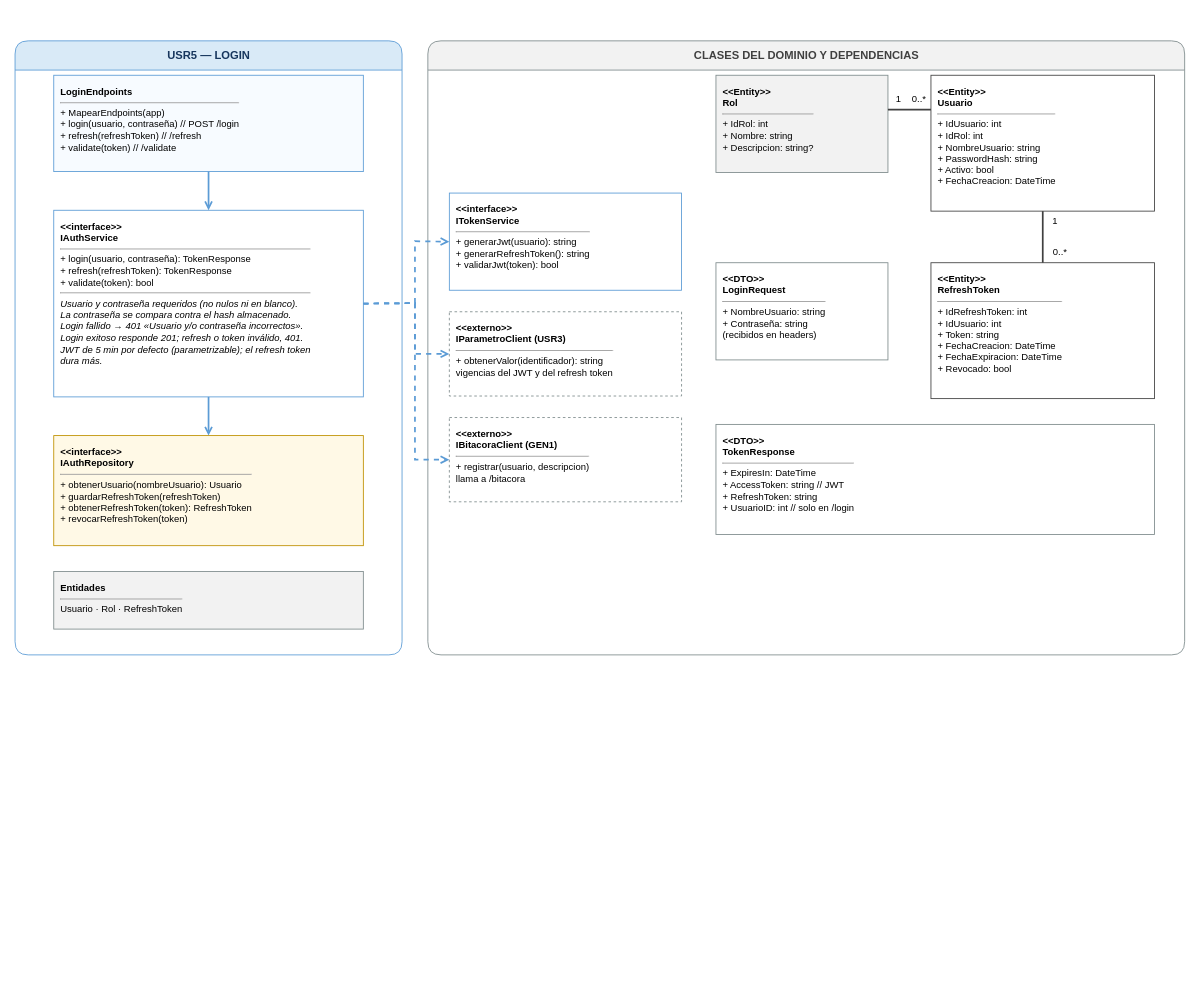
Above: Documentacion/Diagramas Generales/Clases/Microservicios/DiagramaClases_Login.drawio in AskingManCode/MetaU (draw.io), before the change. Source tidied: cells renumbered, new cells numbered last; positions are measured from the earlier drawing's top-left corner, leaving out a move shared by most shapes. Both pictures are drawn from the tidied source at 86%, with x=0, y=0 at pixel (15, 40).
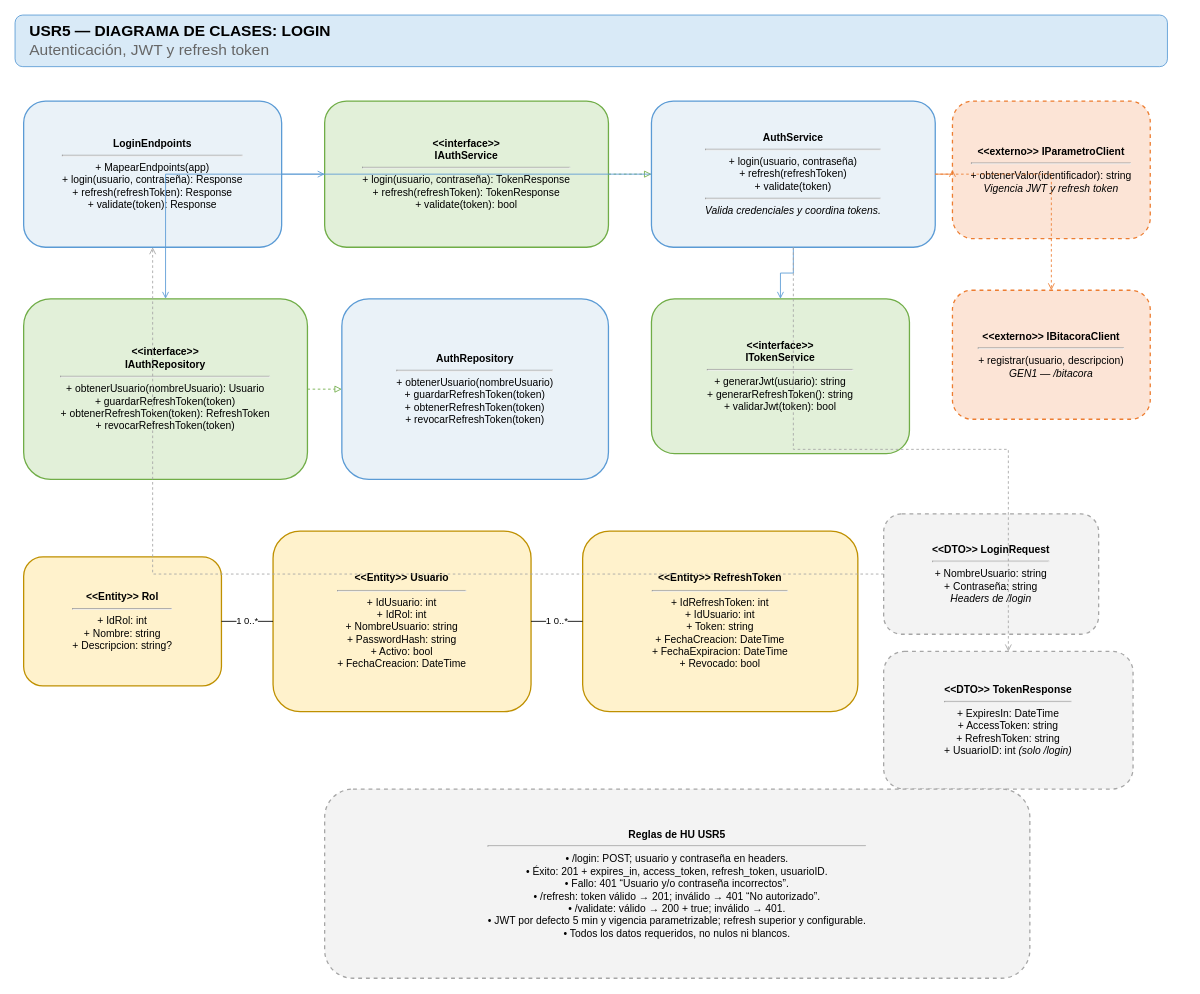
Above is the later version.

Diff of the diagram source:
```diff
@@
-    <mxCell id="2" value="USR5 — LOGIN" style="swimlane;html=1;startSize=34;horizontal=1;rounded=1;fillColor=#D9EAF7;swimlaneFillColor=#FFFFFF;strokeColor=#5B9BD5;fontColor=#17365D;fontStyle=1;fontSize=13;" parent="1" vertex="1">
-      <mxGeometry width="450" height="714" as="geometry" />
-    </mxCell>
-    <mxCell id="3" value="CLASES DEL DOMINIO Y DEPENDENCIAS" style="swimlane;html=1;startSize=34;horizontal=1;rounded=1;fillColor=#F2F2F2;swimlaneFillColor=#FFFFFF;strokeColor=#7F8C8D;fontColor=#404040;fontStyle=1;fontSize=13;" parent="1" vertex="1">
-      <mxGeometry x="480" width="880" height="714" as="geometry" />
-    </mxCell>
-    <mxCell id="4" value="&lt;b&gt;LoginEndpoints&lt;/b&gt;&lt;hr size=&quot;1&quot;&gt;+ MapearEndpoints(app)&lt;br&gt;+ login(usuario, contraseña)   // POST /login&lt;br&gt;+ refresh(refreshToken)   // /refresh&lt;br&gt;+ validate(token)   // /validate" style="rounded=0;whiteSpace=nowrap;html=1;align=left;verticalAlign=top;spacing=8;fillColor=#F7FBFF;strokeColor=#5B9BD5;fontSize=11;" parent="1" vertex="1">
-      <mxGeometry x="45" y="40" width="360" height="112" as="geometry" />
-    </mxCell>
-    <mxCell id="5" value="&lt;b&gt;&amp;lt;&amp;lt;interface&amp;gt;&amp;gt;&lt;br&gt;IAuthService&lt;/b&gt;&lt;hr size=&quot;1&quot;&gt;+ login(usuario, contraseña): TokenResponse&lt;br&gt;+ refresh(refreshToken): TokenResponse&lt;br&gt;+ validate(token): bool&lt;hr size=&quot;1&quot;&gt;&lt;i&gt;Usuario y contraseña requeridos (no nulos ni en blanco).&lt;br&gt;La contraseña se compara contra el hash almacenado.&lt;br&gt;Login fallido → 401 «Usuario y/o contraseña incorrectos».&lt;br&gt;Login exitoso responde 201; refresh o token inválido, 401.&lt;br&gt;JWT de 5 min por defecto (parametrizable); el refresh token&lt;br&gt;dura más.&lt;/i&gt;" style="rounded=0;whiteSpace=nowrap;html=1;align=left;verticalAlign=top;spacing=8;fillColor=#FFFFFF;strokeColor=#5B9BD5;fontSize=11;" parent="1" vertex="1">
-      <mxGeometry x="45" y="197" width="360" height="217" as="geometry" />
-    </mxCell>
-    <mxCell id="6" value="&lt;b&gt;&amp;lt;&amp;lt;interface&amp;gt;&amp;gt;&lt;br&gt;IAuthRepository&lt;/b&gt;&lt;hr size=&quot;1&quot;&gt;+ obtenerUsuario(nombreUsuario): Usuario&lt;br&gt;+ guardarRefreshToken(refreshToken)&lt;br&gt;+ obtenerRefreshToken(token): RefreshToken&lt;br&gt;+ revocarRefreshToken(token)" style="rounded=0;whiteSpace=nowrap;html=1;align=left;verticalAlign=top;spacing=8;fillColor=#FFF9E6;strokeColor=#BF9000;fontSize=11;" parent="1" vertex="1">
-      <mxGeometry x="45" y="459" width="360" height="128" as="geometry" />
-    </mxCell>
-    <mxCell id="7" value="&lt;b&gt;Entidades&lt;/b&gt;&lt;hr size=&quot;1&quot;&gt;Usuario · Rol · RefreshToken" style="rounded=0;whiteSpace=nowrap;html=1;align=left;verticalAlign=top;spacing=8;fillColor=#F2F2F2;strokeColor=#7F8C8D;fontSize=11;" parent="1" vertex="1">
-      <mxGeometry x="45" y="617" width="360" height="67" as="geometry" />
-    </mxCell>
+    <mxCell id="27" value="&lt;b&gt;USR5 — DIAGRAMA DE CLASES: LOGIN&lt;/b&gt;&lt;br&gt;&lt;font color=&quot;#666666&quot;&gt;Autenticación, JWT y refresh token&lt;/font&gt;" style="rounded=1;whiteSpace=wrap;html=1;fillColor=#D9EAF7;strokeColor=#5B9BD5;fontSize=18;align=left;spacingLeft=15;" parent="1" vertex="1">
+      <mxGeometry y="-30" width="1340" height="60" as="geometry" />
+    </mxCell>
+    <mxCell id="28" value="&lt;b&gt;LoginEndpoints&lt;/b&gt;&lt;hr&gt;+ MapearEndpoints(app)&lt;br&gt;+ login(usuario, contraseña): Response&lt;br&gt;+ refresh(refreshToken): Response&lt;br&gt;+ validate(token): Response" style="rounded=1;whiteSpace=wrap;html=1;strokeWidth=1.5;fillColor=#EAF2F8;strokeColor=#5B9BD5;" parent="1" vertex="1">
+      <mxGeometry x="10" y="70" width="300" height="170" as="geometry" />
+    </mxCell>
+    <mxCell id="29" value="&lt;b&gt;&amp;lt;&amp;lt;interface&amp;gt;&amp;gt;&lt;br&gt;IAuthService&lt;/b&gt;&lt;hr&gt;+ login(usuario, contraseña): TokenResponse&lt;br&gt;+ refresh(refreshToken): TokenResponse&lt;br&gt;+ validate(token): bool" style="rounded=1;whiteSpace=wrap;html=1;strokeWidth=1.5;fillColor=#E2F0D9;strokeColor=#70AD47;" parent="1" vertex="1">
+      <mxGeometry x="360" y="70" width="330" height="170" as="geometry" />
+    </mxCell>
+    <mxCell id="30" value="&lt;b&gt;AuthService&lt;/b&gt;&lt;hr&gt;+ login(usuario, contraseña)&lt;br&gt;+ refresh(refreshToken)&lt;br&gt;+ validate(token)&lt;hr&gt;&lt;i&gt;Valida credenciales y coordina tokens.&lt;/i&gt;" style="rounded=1;whiteSpace=wrap;html=1;strokeWidth=1.5;fillColor=#EAF2F8;strokeColor=#5B9BD5;" parent="1" vertex="1">
+      <mxGeometry x="740" y="70" width="330" height="170" as="geometry" />
+    </mxCell>
+    <mxCell id="31" value="&lt;b&gt;&amp;lt;&amp;lt;interface&amp;gt;&amp;gt;&lt;br&gt;IAuthRepository&lt;/b&gt;&lt;hr&gt;+ obtenerUsuario(nombreUsuario): Usuario&lt;br&gt;+ guardarRefreshToken(token)&lt;br&gt;+ obtenerRefreshToken(token): RefreshToken&lt;br&gt;+ revocarRefreshToken(token)" style="rounded=1;whiteSpace=wrap;html=1;strokeWidth=1.5;fillColor=#E2F0D9;strokeColor=#70AD47;" parent="1" vertex="1">
+      <mxGeometry x="10" y="300" width="330" height="210" as="geometry" />
+    </mxCell>
+    <mxCell id="32" value="&lt;b&gt;AuthRepository&lt;/b&gt;&lt;hr&gt;+ obtenerUsuario(nombreUsuario)&lt;br&gt;+ guardarRefreshToken(token)&lt;br&gt;+ obtenerRefreshToken(token)&lt;br&gt;+ revocarRefreshToken(token)" style="rounded=1;whiteSpace=wrap;html=1;strokeWidth=1.5;fillColor=#EAF2F8;strokeColor=#5B9BD5;" parent="1" vertex="1">
+      <mxGeometry x="380" y="300" width="310" height="210" as="geometry" />
+    </mxCell>
-    <mxCell id="8" value="&lt;b&gt;&amp;lt;&amp;lt;interface&amp;gt;&amp;gt;&lt;br&gt;ITokenService&lt;/b&gt;&lt;hr size=&quot;1&quot;&gt;+ generarJwt(usuario): string&lt;br&gt;+ generarRefreshToken(): string&lt;br&gt;+ validarJwt(token): bool" style="rounded=0;whiteSpace=nowrap;html=1;align=left;verticalAlign=top;spacing=8;fillColor=#FFFFFF;strokeColor=#5B9BD5;fontSize=11;" parent="1" vertex="1">
-      <mxGeometry x="505" y="177" width="270" height="113" as="geometry" />
+    <mxCell id="8" value="&lt;b&gt;&amp;lt;&amp;lt;interface&amp;gt;&amp;gt;&lt;br&gt;ITokenService&lt;/b&gt;&lt;hr&gt;+ generarJwt(usuario): string&lt;br&gt;+ generarRefreshToken(): string&lt;br&gt;+ validarJwt(token): bool" style="rounded=1;whiteSpace=wrap;html=1;strokeWidth=1.5;fillColor=#E2F0D9;strokeColor=#70AD47;" parent="1" vertex="1">
+      <mxGeometry x="740" y="300" width="300" height="180" as="geometry" />
     </mxCell>
-    <mxCell id="9" value="&lt;b&gt;&amp;lt;&amp;lt;externo&amp;gt;&amp;gt;&lt;br&gt;IParametroClient (USR3)&lt;/b&gt;&lt;hr size=&quot;1&quot;&gt;+ obtenerValor(identificador): string&lt;br&gt;vigencias del JWT y del refresh token" style="rounded=0;whiteSpace=nowrap;html=1;align=left;verticalAlign=top;spacing=8;fillColor=#FFFFFF;strokeColor=#7F8C8D;fontSize=11;dashed=1;" parent="1" vertex="1">
-      <mxGeometry x="505" y="315" width="270" height="98" as="geometry" />
-    </mxCell>
-    <mxCell id="10" value="&lt;b&gt;&amp;lt;&amp;lt;externo&amp;gt;&amp;gt;&lt;br&gt;IBitacoraClient (GEN1)&lt;/b&gt;&lt;hr size=&quot;1&quot;&gt;+ registrar(usuario, descripcion)&lt;br&gt;llama a /bitacora" style="rounded=0;whiteSpace=nowrap;html=1;align=left;verticalAlign=top;spacing=8;fillColor=#FFFFFF;strokeColor=#7F8C8D;fontSize=11;dashed=1;" parent="1" vertex="1">
-      <mxGeometry x="505" y="438" width="270" height="98" as="geometry" />
-    </mxCell>
+    <mxCell id="33" value="&lt;b&gt;&amp;lt;&amp;lt;externo&amp;gt;&amp;gt; IParametroClient&lt;/b&gt;&lt;hr&gt;+ obtenerValor(identificador): string&lt;br&gt;&lt;i&gt;Vigencia JWT y refresh token&lt;/i&gt;" style="rounded=1;whiteSpace=wrap;html=1;strokeWidth=1.5;fillColor=#FCE4D6;strokeColor=#ED7D31;dashed=1;" parent="1" vertex="1">
+      <mxGeometry x="1090" y="70" width="230" height="160" as="geometry" />
+    </mxCell>
+    <mxCell id="34" value="&lt;b&gt;&amp;lt;&amp;lt;externo&amp;gt;&amp;gt; IBitacoraClient&lt;/b&gt;&lt;hr&gt;+ registrar(usuario, descripcion)&lt;br&gt;&lt;i&gt;GEN1 — /bitacora&lt;/i&gt;" style="rounded=1;whiteSpace=wrap;html=1;strokeWidth=1.5;fillColor=#FCE4D6;strokeColor=#ED7D31;dashed=1;" parent="1" vertex="1">
+      <mxGeometry x="1090" y="290" width="230" height="150" as="geometry" />
+    </mxCell>
-    <mxCell id="11" value="&lt;b&gt;&amp;lt;&amp;lt;Entity&amp;gt;&amp;gt;&lt;br&gt;Rol&lt;/b&gt;&lt;hr size=&quot;1&quot;&gt;+ IdRol: int&lt;br&gt;+ Nombre: string&lt;br&gt;+ Descripcion: string?" style="rounded=0;whiteSpace=nowrap;html=1;align=left;verticalAlign=top;spacing=8;fillColor=#F2F2F2;strokeColor=#7F8C8D;fontSize=11;" parent="1" vertex="1">
-      <mxGeometry x="815" y="40" width="200" height="113" as="geometry" />
+    <mxCell id="11" value="&lt;b&gt;&amp;lt;&amp;lt;Entity&amp;gt;&amp;gt; Rol&lt;/b&gt;&lt;hr&gt;+ IdRol: int&lt;br&gt;+ Nombre: string&lt;br&gt;+ Descripcion: string?" style="rounded=1;whiteSpace=wrap;html=1;strokeWidth=1.5;fillColor=#FFF2CC;strokeColor=#BF9000;" parent="1" vertex="1">
+      <mxGeometry x="10" y="600" width="230" height="150" as="geometry" />
     </mxCell>
-    <mxCell id="12" value="&lt;b&gt;&amp;lt;&amp;lt;Entity&amp;gt;&amp;gt;&lt;br&gt;Usuario&lt;/b&gt;&lt;hr size=&quot;1&quot;&gt;+ IdUsuario: int&lt;br&gt;+ IdRol: int&lt;br&gt;+ NombreUsuario: string&lt;br&gt;+ PasswordHash: string&lt;br&gt;+ Activo: bool&lt;br&gt;+ FechaCreacion: DateTime" style="rounded=0;whiteSpace=nowrap;html=1;align=left;verticalAlign=top;spacing=8;fillColor=#FFFFFF;strokeColor=#404040;fontSize=11;" parent="1" vertex="1">
-      <mxGeometry x="1065" y="40" width="260" height="158" as="geometry" />
+    <mxCell id="12" value="&lt;b&gt;&amp;lt;&amp;lt;Entity&amp;gt;&amp;gt; Usuario&lt;/b&gt;&lt;hr&gt;+ IdUsuario: int&lt;br&gt;+ IdRol: int&lt;br&gt;+ NombreUsuario: string&lt;br&gt;+ PasswordHash: string&lt;br&gt;+ Activo: bool&lt;br&gt;+ FechaCreacion: DateTime" style="rounded=1;whiteSpace=wrap;html=1;strokeWidth=1.5;fillColor=#FFF2CC;strokeColor=#BF9000;" parent="1" vertex="1">
+      <mxGeometry x="300" y="570" width="300" height="210" as="geometry" />
     </mxCell>
-    <mxCell id="13" value="&lt;b&gt;&amp;lt;&amp;lt;Entity&amp;gt;&amp;gt;&lt;br&gt;RefreshToken&lt;/b&gt;&lt;hr size=&quot;1&quot;&gt;+ IdRefreshToken: int&lt;br&gt;+ IdUsuario: int&lt;br&gt;+ Token: string&lt;br&gt;+ FechaCreacion: DateTime&lt;br&gt;+ FechaExpiracion: DateTime&lt;br&gt;+ Revocado: bool" style="rounded=0;whiteSpace=nowrap;html=1;align=left;verticalAlign=top;spacing=8;fillColor=#FFFFFF;strokeColor=#404040;fontSize=11;" parent="1" vertex="1">
-      <mxGeometry x="1065" y="258" width="260" height="158" as="geometry" />
+    <mxCell id="13" value="&lt;b&gt;&amp;lt;&amp;lt;Entity&amp;gt;&amp;gt; RefreshToken&lt;/b&gt;&lt;hr&gt;+ IdRefreshToken: int&lt;br&gt;+ IdUsuario: int&lt;br&gt;+ Token: string&lt;br&gt;+ FechaCreacion: DateTime&lt;br&gt;+ FechaExpiracion: DateTime&lt;br&gt;+ Revocado: bool" style="rounded=1;whiteSpace=wrap;html=1;strokeWidth=1.5;fillColor=#FFF2CC;strokeColor=#BF9000;" parent="1" vertex="1">
+      <mxGeometry x="660" y="570" width="320" height="210" as="geometry" />
     </mxCell>
-    <mxCell id="14" value="&lt;b&gt;&amp;lt;&amp;lt;DTO&amp;gt;&amp;gt;&lt;br&gt;LoginRequest&lt;/b&gt;&lt;hr size=&quot;1&quot;&gt;+ NombreUsuario: string&lt;br&gt;+ Contraseña: string&lt;br&gt;(recibidos en headers)" style="rounded=0;whiteSpace=nowrap;html=1;align=left;verticalAlign=top;spacing=8;fillColor=#FFFFFF;strokeColor=#7F8C8D;fontSize=11;" parent="1" vertex="1">
-      <mxGeometry x="815" y="258" width="200" height="113" as="geometry" />
-    </mxCell>
-    <mxCell id="15" value="&lt;b&gt;&amp;lt;&amp;lt;DTO&amp;gt;&amp;gt;&lt;br&gt;TokenResponse&lt;/b&gt;&lt;hr size=&quot;1&quot;&gt;+ ExpiresIn: DateTime&lt;br&gt;+ AccessToken: string   // JWT&lt;br&gt;+ RefreshToken: string&lt;br&gt;+ UsuarioID: int   // solo en /login" style="rounded=0;whiteSpace=nowrap;html=1;align=left;verticalAlign=top;spacing=8;fillColor=#FFFFFF;strokeColor=#7F8C8D;fontSize=11;" parent="1" vertex="1">
-      <mxGeometry x="815" y="446" width="510" height="128" as="geometry" />
-    </mxCell>
+    <mxCell id="35" value="&lt;b&gt;&amp;lt;&amp;lt;DTO&amp;gt;&amp;gt; LoginRequest&lt;/b&gt;&lt;hr&gt;+ NombreUsuario: string&lt;br&gt;+ Contraseña: string&lt;br&gt;&lt;i&gt;Headers de /login&lt;/i&gt;" style="rounded=1;whiteSpace=wrap;html=1;strokeWidth=1.5;fillColor=#F3F3F3;strokeColor=#A6A6A6;dashed=1;" parent="1" vertex="1">
+      <mxGeometry x="1010" y="550" width="250" height="140" as="geometry" />
+    </mxCell>
+    <mxCell id="36" value="&lt;b&gt;&amp;lt;&amp;lt;DTO&amp;gt;&amp;gt; TokenResponse&lt;/b&gt;&lt;hr&gt;+ ExpiresIn: DateTime&lt;br&gt;+ AccessToken: string&lt;br&gt;+ RefreshToken: string&lt;br&gt;+ UsuarioID: int &lt;i&gt;(solo /login)&lt;/i&gt;" style="rounded=1;whiteSpace=wrap;html=1;strokeWidth=1.5;fillColor=#F3F3F3;strokeColor=#A6A6A6;dashed=1;" parent="1" vertex="1">
+      <mxGeometry x="1010" y="710" width="290" height="160" as="geometry" />
+    </mxCell>
+    <mxCell id="37" value="&lt;b&gt;Reglas de HU USR5&lt;/b&gt;&lt;hr&gt;• /login: POST; usuario y contraseña en headers.&lt;br&gt;• Éxito: 201 + expires_in, access_token, refresh_token, usuarioID.&lt;br&gt;• Fallo: 401 “Usuario y/o contraseña incorrectos”.&lt;br&gt;• /refresh: token válido → 201; inválido → 401 “No autorizado”.&lt;br&gt;• /validate: válido → 200 + true; inválido → 401.&lt;br&gt;• JWT por defecto 5 min y vigencia parametrizable; refresh superior y configurable.&lt;br&gt;• Todos los datos requeridos, no nulos ni blancos." style="rounded=1;whiteSpace=wrap;html=1;strokeWidth=1.5;fillColor=#F3F3F3;strokeColor=#A6A6A6;dashed=1;" parent="1" vertex="1">
+      <mxGeometry x="360" y="870" width="820" height="220" as="geometry" />
+    </mxCell>
-    <mxCell id="16" style="edgeStyle=none;html=1;rounded=0;strokeWidth=2;strokeColor=#5B9BD5;endArrow=open;endFill=0;startArrow=none;exitX=0.5000;exitY=1.0000;entryX=0.5000;entryY=0.0000;exitPerimeter=0;entryPerimeter=0;" parent="1" edge="1" source="4" target="5">
+    <mxCell id="16" style="edgeStyle=orthogonalEdgeStyle;rounded=0;jettySize=auto;html=1;endArrow=open;endFill=0;strokeColor=#5B9BD5;" parent="1" edge="1" source="28" target="29">
       <mxGeometry relative="1" as="geometry" />
     </mxCell>
-    <mxCell id="17" style="edgeStyle=none;html=1;rounded=0;strokeWidth=2;strokeColor=#5B9BD5;endArrow=open;endFill=0;startArrow=none;exitX=0.5000;exitY=1.0000;entryX=0.5000;entryY=0.0000;exitPerimeter=0;entryPerimeter=0;" parent="1" edge="1" source="5" target="6">
+    <mxCell id="17" style="edgeStyle=orthogonalEdgeStyle;rounded=0;jettySize=auto;html=1;endArrow=block;endFill=0;dashed=1;strokeColor=#70AD47;" parent="1" edge="1" source="29" target="30">
       <mxGeometry relative="1" as="geometry" />
     </mxCell>
-    <mxCell id="18" style="edgeStyle=none;html=1;rounded=0;strokeWidth=2;strokeColor=#5B9BD5;dashed=1;endArrow=open;endFill=0;startArrow=none;exitX=1.0000;exitY=0.5000;entryX=0.0000;entryY=0.5000;exitPerimeter=0;entryPerimeter=0;" parent="1" edge="1" source="5" target="8">
-      <mxGeometry relative="1" as="geometry">
-        <Array as="points">
-          <mxPoint x="465" y="305" />
-          <mxPoint x="465" y="233" />
-        </Array>
-      </mxGeometry>
+    <mxCell id="18" style="edgeStyle=orthogonalEdgeStyle;rounded=0;jettySize=auto;html=1;endArrow=open;endFill=0;strokeColor=#5B9BD5;" parent="1" edge="1" source="30" target="31">
+      <mxGeometry relative="1" as="geometry" />
     </mxCell>
-    <mxCell id="19" style="edgeStyle=none;html=1;rounded=0;strokeWidth=2;strokeColor=#5B9BD5;dashed=1;endArrow=open;endFill=0;startArrow=none;exitX=1.0000;exitY=0.5000;entryX=0.0000;entryY=0.5000;exitPerimeter=0;entryPerimeter=0;" parent="1" edge="1" source="5" target="9">
-      <mxGeometry relative="1" as="geometry">
-        <Array as="points">
-          <mxPoint x="465" y="305" />
-          <mxPoint x="465" y="364" />
-        </Array>
-      </mxGeometry>
+    <mxCell id="19" style="edgeStyle=orthogonalEdgeStyle;rounded=0;jettySize=auto;html=1;endArrow=block;endFill=0;dashed=1;strokeColor=#70AD47;" parent="1" edge="1" source="31" target="32">
+      <mxGeometry relative="1" as="geometry" />
     </mxCell>
-    <mxCell id="20" style="edgeStyle=none;html=1;rounded=0;strokeWidth=2;strokeColor=#5B9BD5;dashed=1;endArrow=open;endFill=0;startArrow=none;exitX=1.0000;exitY=0.5000;entryX=0.0000;entryY=0.5000;exitPerimeter=0;entryPerimeter=0;" parent="1" edge="1" source="5" target="10">
-      <mxGeometry relative="1" as="geometry">
-        <Array as="points">
-          <mxPoint x="465" y="305" />
-          <mxPoint x="465" y="487" />
-        </Array>
-      </mxGeometry>
+    <mxCell id="20" style="edgeStyle=orthogonalEdgeStyle;rounded=0;jettySize=auto;html=1;endArrow=open;endFill=0;strokeColor=#5B9BD5;" parent="1" edge="1" source="30" target="8">
+      <mxGeometry relative="1" as="geometry" />
     </mxCell>
-    <mxCell id="21" style="edgeStyle=none;html=1;rounded=0;strokeWidth=2;strokeColor=#404040;endArrow=none;startArrow=none;exitX=1.0000;exitY=0.3540;entryX=0.0000;entryY=0.2532;exitPerimeter=0;entryPerimeter=0;" parent="1" edge="1" source="11" target="12">
+    <mxCell id="21" style="edgeStyle=orthogonalEdgeStyle;rounded=0;jettySize=auto;html=1;endArrow=open;endFill=0;strokeColor=#ED7D31;" parent="1" edge="1" source="30" target="33">
       <mxGeometry relative="1" as="geometry" />
     </mxCell>
-    <mxCell id="22" style="edgeStyle=none;html=1;rounded=0;strokeWidth=2;strokeColor=#404040;endArrow=none;startArrow=none;exitX=0.5000;exitY=1.0000;entryX=0.5000;entryY=0.0000;exitPerimeter=0;entryPerimeter=0;" parent="1" edge="1" source="12" target="13">
+    <mxCell id="22" style="edgeStyle=orthogonalEdgeStyle;rounded=0;jettySize=auto;html=1;endArrow=open;endFill=0;strokeColor=#ED7D31;dashed=1;" parent="1" edge="1" source="30" target="34">
       <mxGeometry relative="1" as="geometry" />
     </mxCell>
-    <mxCell id="23" value="1" style="text;html=1;align=center;verticalAlign=middle;fontSize=11;" parent="1" vertex="1">
-      <mxGeometry x="1010" y="60" width="34" height="16" as="geometry" />
-    </mxCell>
-    <mxCell id="24" value="0..*" style="text;html=1;align=center;verticalAlign=middle;fontSize=11;" parent="1" vertex="1">
-      <mxGeometry x="1034" y="60" width="34" height="16" as="geometry" />
-    </mxCell>
-    <mxCell id="25" value="1" style="text;html=1;align=center;verticalAlign=middle;fontSize=11;" parent="1" vertex="1">
-      <mxGeometry x="1192" y="202" width="34" height="16" as="geometry" />
-    </mxCell>
-    <mxCell id="26" value="0..*" style="text;html=1;align=center;verticalAlign=middle;fontSize=11;" parent="1" vertex="1">
-      <mxGeometry x="1198" y="238" width="34" height="16" as="geometry" />
-    </mxCell>
+    <mxCell id="38" value="1       0..*" style="edgeStyle=orthogonalEdgeStyle;rounded=0;jettySize=auto;html=1;endArrow=none;startArrow=none;fontSize=11;" parent="1" edge="1" source="11" target="12">
+      <mxGeometry relative="1" as="geometry" />
+    </mxCell>
+    <mxCell id="39" value="1       0..*" style="edgeStyle=orthogonalEdgeStyle;rounded=0;jettySize=auto;html=1;endArrow=none;startArrow=none;fontSize=11;" parent="1" edge="1" source="12" target="13">
+      <mxGeometry relative="1" as="geometry" />
+    </mxCell>
+    <mxCell id="40" style="edgeStyle=orthogonalEdgeStyle;rounded=0;jettySize=auto;html=1;endArrow=open;endFill=0;dashed=1;strokeColor=#A6A6A6;" parent="1" edge="1" source="35" target="28">
+      <mxGeometry relative="1" as="geometry" />
+    </mxCell>
+    <mxCell id="41" style="edgeStyle=orthogonalEdgeStyle;rounded=0;jettySize=auto;html=1;endArrow=open;endFill=0;dashed=1;strokeColor=#A6A6A6;" parent="1" edge="1" source="30" target="36">
+      <mxGeometry relative="1" as="geometry" />
+    </mxCell>
```
